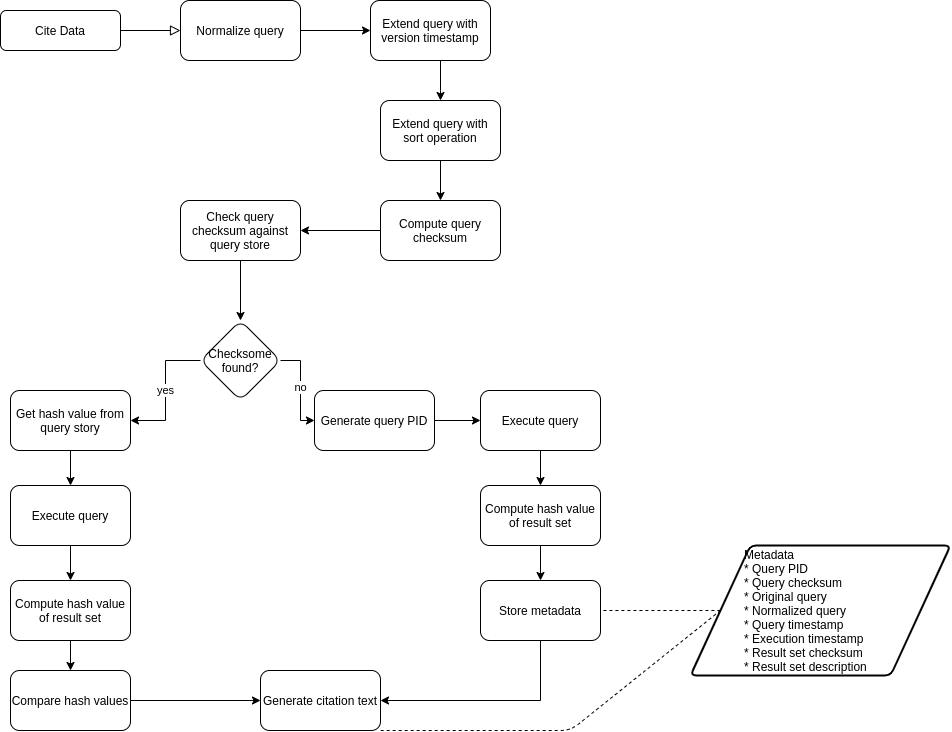
Above: figures/figure 5.png in GreenfishK/DataCitation (draw.io), before the change. Source tidied: cells renumbered, new cells last; positions are measured from the earlier drawing's top-left corner, leaving out a move shared by most shapes.
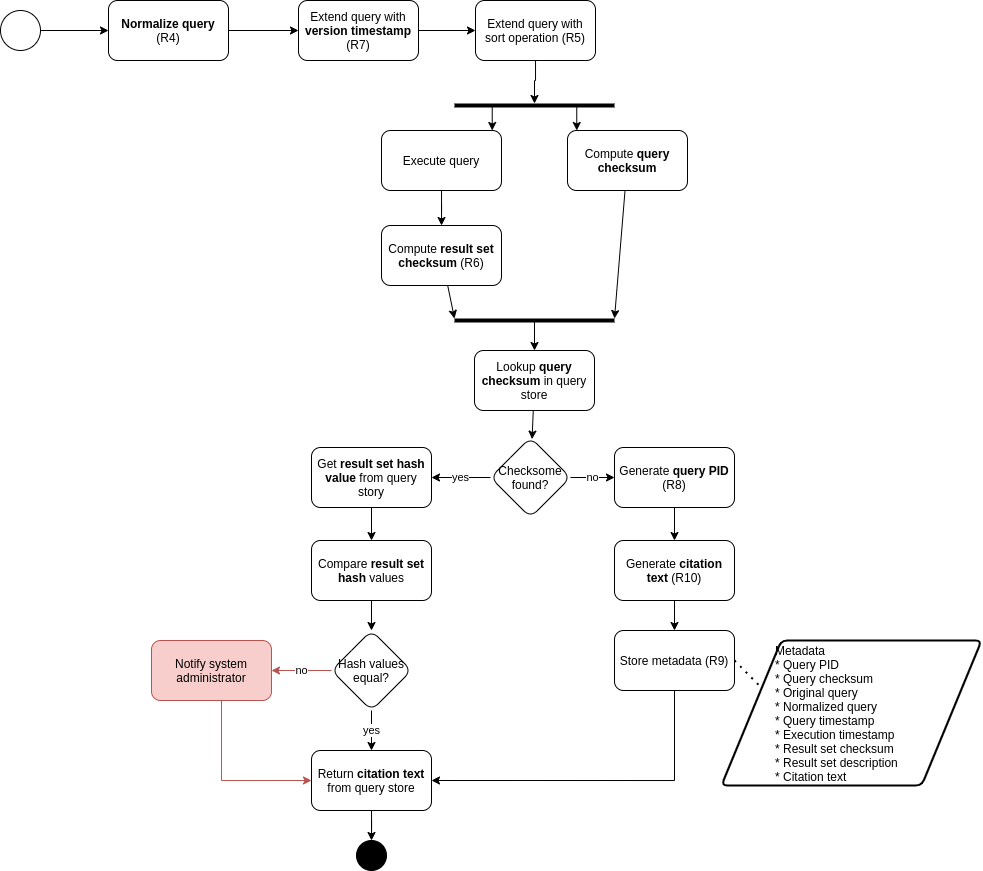
Later version of the same file.

Commit message:
Updated flow chart and description of citation process

What changed in the source:
```diff
@@ -2,47 +2,30 @@
   <root>
     <mxCell id="0" />
     <mxCell id="1" parent="0" />
-    <mxCell id="2" style="rounded=0;html=1;jettySize=auto;fontSize=11;endArrow=block;endFill=0;endSize=8;strokeWidth=1;shadow=0;labelBackgroundColor=none;edgeStyle=orthogonalEdgeStyle;" parent="1" edge="1" source="3" target="5">
-      <mxGeometry relative="1" as="geometry" />
-    </mxCell>
-    <mxCell id="3" value="Cite Data" style="rounded=1;whiteSpace=wrap;html=1;fontSize=12;glass=0;strokeWidth=1;shadow=0;" parent="1" vertex="1">
-      <mxGeometry y="10" width="120" height="40" as="geometry" />
-    </mxCell>
     <mxCell id="4" style="edgeStyle=orthogonalEdgeStyle;rounded=0;jettySize=auto;html=1;" parent="1" edge="1" source="5" target="7">
       <mxGeometry relative="1" as="geometry" />
     </mxCell>
-    <mxCell id="5" value="Normalize query" style="rounded=1;whiteSpace=wrap;html=1;" parent="1" vertex="1">
-      <mxGeometry x="180" width="120" height="60" as="geometry" />
+    <mxCell id="5" value="&lt;b&gt;Normalize query&lt;/b&gt; (R4)" style="rounded=1;whiteSpace=wrap;html=1;" parent="1" vertex="1">
+      <mxGeometry x="87" width="120" height="60" as="geometry" />
     </mxCell>
     <mxCell id="6" style="edgeStyle=orthogonalEdgeStyle;rounded=0;jettySize=auto;html=1;" parent="1" edge="1" source="7" target="9">
-      <mxGeometry relative="1" as="geometry">
-        <Array as="points">
-          <mxPoint x="440" y="90" />
-          <mxPoint x="440" y="90" />
-        </Array>
-      </mxGeometry>
+      <mxGeometry relative="1" as="geometry" />
     </mxCell>
-    <mxCell id="7" value="Extend query with version timestamp" style="whiteSpace=wrap;html=1;rounded=1;" parent="1" vertex="1">
-      <mxGeometry x="370" width="120" height="60" as="geometry" />
+    <mxCell id="7" value="Extend query with &lt;b&gt;version timestamp&lt;/b&gt; (R7)" style="whiteSpace=wrap;html=1;rounded=1;" parent="1" vertex="1">
+      <mxGeometry x="277" width="120" height="60" as="geometry" />
     </mxCell>
-    <mxCell id="8" style="edgeStyle=orthogonalEdgeStyle;rounded=0;jettySize=auto;html=1;" parent="1" edge="1" source="9" target="11">
-      <mxGeometry relative="1" as="geometry" />
-    </mxCell>
+    <mxCell id="37" style="edgeStyle=orthogonalEdgeStyle;rounded=0;jettySize=auto;html=1;" parent="1" edge="1" source="9" target="49">
+      <mxGeometry relative="1" as="geometry" />
+    </mxCell>
-    <mxCell id="9" value="Extend query with sort operation" style="whiteSpace=wrap;html=1;rounded=1;" parent="1" vertex="1">
-      <mxGeometry x="380" y="100" width="120" height="60" as="geometry" />
+    <mxCell id="9" value="Extend query with sort operation (R5)" style="whiteSpace=wrap;html=1;rounded=1;" parent="1" vertex="1">
+      <mxGeometry x="454" width="120" height="60" as="geometry" />
     </mxCell>
-    <mxCell id="10" style="edgeStyle=orthogonalEdgeStyle;rounded=0;jettySize=auto;html=1;" parent="1" edge="1" source="11" target="13">
+    <mxCell id="10" style="rounded=0;jettySize=auto;html=1;" parent="1" edge="1" source="11" target="51">
       <mxGeometry relative="1" as="geometry" />
     </mxCell>
-    <mxCell id="11" value="Compute query checksum" style="whiteSpace=wrap;html=1;rounded=1;" parent="1" vertex="1">
-      <mxGeometry x="380" y="200" width="120" height="60" as="geometry" />
+    <mxCell id="11" value="Compute &lt;b&gt;query checksum&lt;/b&gt;" style="whiteSpace=wrap;html=1;rounded=1;" parent="1" vertex="1">
+      <mxGeometry x="546" y="130" width="120" height="60" as="geometry" />
     </mxCell>
-    <mxCell id="12" style="edgeStyle=orthogonalEdgeStyle;rounded=0;jettySize=auto;html=1;" parent="1" edge="1" source="13" target="16">
-      <mxGeometry relative="1" as="geometry" />
-    </mxCell>
-    <mxCell id="13" value="Check query checksum against query store" style="whiteSpace=wrap;html=1;rounded=1;rotation=0;" parent="1" vertex="1">
-      <mxGeometry x="180" y="200" width="120" height="60" as="geometry" />
-    </mxCell>
     <mxCell id="14" value="yes" style="edgeStyle=orthogonalEdgeStyle;rounded=0;jettySize=auto;html=1;" parent="1" edge="1" source="16" target="18">
       <mxGeometry relative="1" as="geometry" />
     </mxCell>
@@ -50,71 +33,114 @@
       <mxGeometry relative="1" as="geometry" />
     </mxCell>
     <mxCell id="16" value="Checksome found?" style="rhombus;whiteSpace=wrap;html=1;rounded=1;" parent="1" vertex="1">
-      <mxGeometry x="200" y="320" width="80" height="80" as="geometry" />
+      <mxGeometry x="469" y="437" width="80" height="80" as="geometry" />
     </mxCell>
-    <mxCell id="17" style="edgeStyle=orthogonalEdgeStyle;rounded=0;jettySize=auto;html=1;" parent="1" edge="1" source="18" target="31">
-      <mxGeometry relative="1" as="geometry" />
-    </mxCell>
+    <mxCell id="38" style="edgeStyle=none;rounded=0;jettySize=auto;html=1;" parent="1" edge="1" source="18" target="35">
+      <mxGeometry relative="1" as="geometry" />
+    </mxCell>
-    <mxCell id="18" value="Get hash value from query story" style="whiteSpace=wrap;html=1;rounded=1;" parent="1" vertex="1">
-      <mxGeometry x="10" y="390" width="120" height="60" as="geometry" />
+    <mxCell id="18" value="Get &lt;b&gt;result set hash value&lt;/b&gt; from query story" style="whiteSpace=wrap;html=1;rounded=1;" parent="1" vertex="1">
+      <mxGeometry x="290" y="447" width="120" height="60" as="geometry" />
     </mxCell>
-    <mxCell id="19" style="edgeStyle=orthogonalEdgeStyle;rounded=0;jettySize=auto;html=1;" parent="1" edge="1" source="20" target="23">
-      <mxGeometry relative="1" as="geometry" />
-    </mxCell>
+    <mxCell id="39" style="edgeStyle=none;rounded=0;jettySize=auto;html=1;" parent="1" edge="1" source="20" target="21">
+      <mxGeometry relative="1" as="geometry" />
+    </mxCell>
-    <mxCell id="20" value="Generate query PID" style="whiteSpace=wrap;html=1;rounded=1;" parent="1" vertex="1">
-      <mxGeometry x="314" y="390" width="120" height="60" as="geometry" />
+    <mxCell id="20" value="Generate &lt;b&gt;query PID&lt;/b&gt; (R8)" style="whiteSpace=wrap;html=1;rounded=1;" parent="1" vertex="1">
+      <mxGeometry x="593" y="447" width="120" height="60" as="geometry" />
     </mxCell>
+    <mxCell id="40" style="edgeStyle=none;rounded=0;jettySize=auto;html=1;" parent="1" edge="1" source="21" target="27">
+      <mxGeometry relative="1" as="geometry" />
+    </mxCell>
-    <mxCell id="21" value="Generate citation text" style="whiteSpace=wrap;html=1;rounded=1;" parent="1" vertex="1">
-      <mxGeometry x="260" y="670" width="120" height="60" as="geometry" />
+    <mxCell id="21" value="Generate &lt;b&gt;citation text &lt;/b&gt;(R10)" style="whiteSpace=wrap;html=1;rounded=1;" parent="1" vertex="1">
+      <mxGeometry x="593" y="540" width="120" height="60" as="geometry" />
     </mxCell>
-    <mxCell id="22" style="edgeStyle=orthogonalEdgeStyle;rounded=0;jettySize=auto;html=1;" parent="1" edge="1" source="23" target="25">
-      <mxGeometry relative="1" as="geometry" />
-    </mxCell>
-    <mxCell id="23" value="Execute query" style="whiteSpace=wrap;html=1;rounded=1;" parent="1" vertex="1">
-      <mxGeometry x="480" y="390" width="120" height="60" as="geometry" />
-    </mxCell>
-    <mxCell id="24" style="edgeStyle=orthogonalEdgeStyle;rounded=0;jettySize=auto;html=1;" parent="1" edge="1" source="25" target="27">
-      <mxGeometry relative="1" as="geometry" />
-    </mxCell>
-    <mxCell id="25" value="Compute hash value of result set" style="whiteSpace=wrap;html=1;rounded=1;" parent="1" vertex="1">
-      <mxGeometry x="480" y="485" width="120" height="60" as="geometry" />
-    </mxCell>
-    <mxCell id="26" style="edgeStyle=orthogonalEdgeStyle;rounded=0;jettySize=auto;html=1;entryX=1;entryY=0.5;entryDx=0;entryDy=0;exitX=0.5;exitY=1;exitDx=0;exitDy=0;" parent="1" edge="1" source="27" target="21">
-      <mxGeometry relative="1" as="geometry" />
-    </mxCell>
+    <mxCell id="41" style="edgeStyle=orthogonalEdgeStyle;rounded=0;jettySize=auto;html=1;entryX=1;entryY=0.5;entryDx=0;entryDy=0;" parent="1" edge="1" source="27" target="60">
+      <mxGeometry relative="1" as="geometry">
+        <Array as="points">
+          <mxPoint x="653" y="780" />
+        </Array>
+      </mxGeometry>
+    </mxCell>
-    <mxCell id="27" value="Store metadata" style="whiteSpace=wrap;html=1;rounded=1;" parent="1" vertex="1">
-      <mxGeometry x="480" y="580" width="120" height="60" as="geometry" />
+    <mxCell id="27" value="Store metadata (R9)" style="whiteSpace=wrap;html=1;rounded=1;" parent="1" vertex="1">
+      <mxGeometry x="593" y="630" width="120" height="60" as="geometry" />
     </mxCell>
-    <mxCell id="28" value="Metadata&lt;br&gt;* Query PID&lt;br&gt;* Query checksum&lt;br&gt;* Original query&lt;br&gt;* Normalized query&lt;br&gt;* Query timestamp&lt;br&gt;* Execution timestamp&lt;br&gt;* Result set checksum&lt;br&gt;* Result set description&amp;nbsp;" style="shape=parallelogram;html=1;strokeWidth=2;perimeter=parallelogramPerimeter;whiteSpace=wrap;rounded=1;arcSize=12;size=0.23;align=left;spacingLeft=52;" parent="1" vertex="1">
-      <mxGeometry x="690" y="545" width="260" height="130" as="geometry" />
+    <mxCell id="28" value="&lt;blockquote style=&quot;margin: 0 0 0 40px ; border: none ; padding: 0px&quot;&gt;&lt;/blockquote&gt;&lt;span&gt;Metadata&lt;/span&gt;&lt;br&gt;&lt;blockquote style=&quot;margin: 0 0 0 40px ; border: none ; padding: 0px&quot;&gt;&lt;/blockquote&gt;&lt;span&gt;* Query PID&lt;/span&gt;&lt;br&gt;&lt;blockquote style=&quot;margin: 0 0 0 40px ; border: none ; padding: 0px&quot;&gt;&lt;/blockquote&gt;&lt;span&gt;* Query checksum&lt;/span&gt;&lt;br&gt;&lt;blockquote style=&quot;margin: 0 0 0 40px ; border: none ; padding: 0px&quot;&gt;&lt;/blockquote&gt;&lt;span&gt;* Original query&lt;/span&gt;&lt;br&gt;&lt;blockquote style=&quot;margin: 0 0 0 40px ; border: none ; padding: 0px&quot;&gt;&lt;/blockquote&gt;&lt;span&gt;* Normalized query&lt;/span&gt;&lt;br&gt;&lt;blockquote style=&quot;margin: 0 0 0 40px ; border: none ; padding: 0px&quot;&gt;&lt;/blockquote&gt;&lt;span&gt;* Query timestamp&lt;/span&gt;&lt;br&gt;&lt;blockquote style=&quot;margin: 0 0 0 40px ; border: none ; padding: 0px&quot;&gt;&lt;/blockquote&gt;&lt;span&gt;* Execution timestamp&lt;/span&gt;&lt;br&gt;&lt;blockquote style=&quot;margin: 0 0 0 40px ; border: none ; padding: 0px&quot;&gt;&lt;/blockquote&gt;&lt;span&gt;* Result set checksum&lt;/span&gt;&lt;br&gt;&lt;blockquote style=&quot;margin: 0 0 0 40px ; border: none ; padding: 0px&quot;&gt;&lt;/blockquote&gt;&lt;span&gt;* Result set description&lt;/span&gt;&lt;br&gt;* Citation text&amp;nbsp;" style="shape=parallelogram;html=1;strokeWidth=2;perimeter=parallelogramPerimeter;whiteSpace=wrap;rounded=1;arcSize=12;size=0.23;align=left;spacingLeft=52;" parent="1" vertex="1">
+      <mxGeometry x="700" y="640" width="260" height="145" as="geometry" />
     </mxCell>
-    <mxCell id="29" style="endArrow=none;dashed=1;html=1;exitX=0;exitY=0.5;exitDx=0;exitDy=0;entryX=1;entryY=0.5;entryDx=0;entryDy=0;" parent="1" edge="1" source="28" target="27">
-      <mxGeometry relative="1" as="geometry" />
-    </mxCell>
-    <mxCell id="30" style="edgeStyle=orthogonalEdgeStyle;rounded=0;jettySize=auto;html=1;" parent="1" edge="1" source="31" target="33">
-      <mxGeometry relative="1" as="geometry" />
-    </mxCell>
-    <mxCell id="31" value="Execute query" style="whiteSpace=wrap;html=1;rounded=1;" parent="1" vertex="1">
-      <mxGeometry x="10" y="485" width="120" height="60" as="geometry" />
-    </mxCell>
-    <mxCell id="32" style="edgeStyle=orthogonalEdgeStyle;rounded=0;jettySize=auto;html=1;" parent="1" edge="1" source="33" target="35">
-      <mxGeometry relative="1" as="geometry" />
-    </mxCell>
-    <mxCell id="33" value="Compute hash value of result set" style="whiteSpace=wrap;html=1;rounded=1;" parent="1" vertex="1">
-      <mxGeometry x="10" y="580" width="120" height="60" as="geometry" />
-    </mxCell>
-    <mxCell id="34" style="edgeStyle=orthogonalEdgeStyle;rounded=0;jettySize=auto;html=1;" parent="1" edge="1" source="35" target="21">
-      <mxGeometry relative="1" as="geometry" />
-    </mxCell>
+    <mxCell id="42" style="edgeStyle=none;rounded=0;jettySize=auto;html=1;" parent="1" edge="1" source="35" target="58">
+      <mxGeometry relative="1" as="geometry" />
+    </mxCell>
-    <mxCell id="35" value="Compare hash values" style="whiteSpace=wrap;html=1;rounded=1;" parent="1" vertex="1">
-      <mxGeometry x="10" y="670" width="120" height="60" as="geometry" />
+    <mxCell id="35" value="Compare &lt;b&gt;result set hash&lt;/b&gt; values" style="whiteSpace=wrap;html=1;rounded=1;" parent="1" vertex="1">
+      <mxGeometry x="290" y="540" width="120" height="60" as="geometry" />
     </mxCell>
-    <mxCell id="36" style="endArrow=none;dashed=1;html=1;exitX=0;exitY=0.5;exitDx=0;exitDy=0;entryX=1;entryY=1;entryDx=0;entryDy=0;" parent="1" edge="1" source="28" target="21">
-      <mxGeometry relative="1" as="geometry">
-        <Array as="points">
-          <mxPoint x="570" y="730" />
-        </Array>
-      </mxGeometry>
-    </mxCell>
+    <mxCell id="43" style="edgeStyle=orthogonalEdgeStyle;rounded=0;jettySize=auto;html=1;" parent="1" edge="1" source="44" target="46">
+      <mxGeometry relative="1" as="geometry" />
+    </mxCell>
+    <mxCell id="44" value="Execute query" style="whiteSpace=wrap;html=1;rounded=1;" parent="1" vertex="1">
+      <mxGeometry x="360" y="130" width="120" height="60" as="geometry" />
+    </mxCell>
+    <mxCell id="45" style="rounded=0;jettySize=auto;html=1;" parent="1" edge="1" source="46" target="51">
+      <mxGeometry relative="1" as="geometry" />
+    </mxCell>
+    <mxCell id="46" value="Compute &lt;b&gt;result set checksum&lt;/b&gt; (R6)" style="whiteSpace=wrap;html=1;rounded=1;" parent="1" vertex="1">
+      <mxGeometry x="360" y="225" width="120" height="60" as="geometry" />
+    </mxCell>
+    <mxCell id="47" style="rounded=0;jettySize=auto;html=1;" parent="1" edge="1" source="49" target="44">
+      <mxGeometry relative="1" as="geometry" />
+    </mxCell>
+    <mxCell id="48" style="rounded=0;jettySize=auto;html=1;" parent="1" edge="1" source="49" target="11">
+      <mxGeometry relative="1" as="geometry" />
+    </mxCell>
+    <mxCell id="49" style="line;strokeWidth=4;html=1;perimeter=backbonePerimeter;points=[];outlineConnect=0;" parent="1" vertex="1">
+      <mxGeometry x="433" y="100" width="160" height="10" as="geometry" />
+    </mxCell>
+    <mxCell id="50" style="edgeStyle=none;rounded=0;jettySize=auto;html=1;" parent="1" edge="1" source="51" target="53">
+      <mxGeometry relative="1" as="geometry" />
+    </mxCell>
+    <mxCell id="51" style="line;strokeWidth=4;html=1;perimeter=backbonePerimeter;points=[];outlineConnect=0;" parent="1" vertex="1">
+      <mxGeometry x="433" y="315" width="160" height="10" as="geometry" />
+    </mxCell>
+    <mxCell id="52" style="edgeStyle=none;rounded=0;jettySize=auto;html=1;" parent="1" edge="1" source="53" target="16">
+      <mxGeometry relative="1" as="geometry" />
+    </mxCell>
+    <mxCell id="53" value="Lookup &lt;b&gt;query checksum&lt;/b&gt; in query store" style="whiteSpace=wrap;html=1;rounded=1;rotation=0;" parent="1" vertex="1">
+      <mxGeometry x="453" y="350" width="120" height="60" as="geometry" />
+    </mxCell>
+    <mxCell id="54" style="edgeStyle=orthogonalEdgeStyle;rounded=0;jettySize=auto;html=1;entryX=0;entryY=0.5;entryDx=0;entryDy=0;" parent="1" edge="1" source="55" target="5">
+      <mxGeometry relative="1" as="geometry" />
+    </mxCell>
+    <mxCell id="55" style="ellipse;whiteSpace=wrap;html=1;" parent="1" vertex="1">
+      <mxGeometry x="-21" y="10" width="40" height="40" as="geometry" />
+    </mxCell>
+    <mxCell id="56" value="yes" style="edgeStyle=none;rounded=0;jettySize=auto;html=1;" parent="1" edge="1" source="58" target="60">
+      <mxGeometry relative="1" as="geometry" />
+    </mxCell>
+    <mxCell id="57" value="no" style="edgeStyle=orthogonalEdgeStyle;rounded=0;jettySize=auto;html=1;fillColor=#f8cecc;strokeColor=#b85450;" parent="1" edge="1" source="58" target="63">
+      <mxGeometry relative="1" as="geometry" />
+    </mxCell>
+    <mxCell id="58" value="Hash values equal?" style="rhombus;whiteSpace=wrap;html=1;rounded=1;" parent="1" vertex="1">
+      <mxGeometry x="310" y="630" width="80" height="80" as="geometry" />
+    </mxCell>
+    <mxCell id="59" style="edgeStyle=orthogonalEdgeStyle;rounded=0;jettySize=auto;html=1;" parent="1" edge="1" source="60" target="61">
+      <mxGeometry relative="1" as="geometry" />
+    </mxCell>
+    <mxCell id="60" value="Return &lt;b&gt;citation text&lt;/b&gt; from query store" style="whiteSpace=wrap;html=1;rounded=1;" parent="1" vertex="1">
+      <mxGeometry x="290" y="750" width="120" height="60" as="geometry" />
+    </mxCell>
+    <mxCell id="61" style="ellipse;whiteSpace=wrap;html=1;rounded=1;fillColor=#000000;" parent="1" vertex="1">
+      <mxGeometry x="335" y="840" width="30" height="30" as="geometry" />
+    </mxCell>
+    <mxCell id="62" style="edgeStyle=orthogonalEdgeStyle;rounded=0;jettySize=auto;html=1;entryX=0;entryY=0.5;entryDx=0;entryDy=0;fillColor=#f8cecc;strokeColor=#b85450;" parent="1" edge="1" source="63" target="60">
+      <mxGeometry relative="1" as="geometry">
+        <Array as="points">
+          <mxPoint x="200" y="780" />
+        </Array>
+      </mxGeometry>
+    </mxCell>
+    <mxCell id="63" value="Notify system administrator" style="whiteSpace=wrap;html=1;rounded=1;fillColor=#f8cecc;strokeColor=#b85450;" parent="1" vertex="1">
+      <mxGeometry x="130" y="640" width="120" height="60" as="geometry" />
+    </mxCell>
+    <mxCell id="64" style="endArrow=none;dashed=1;html=1;dashPattern=1 3;strokeWidth=2;exitX=1;exitY=0.5;exitDx=0;exitDy=0;entryX=0;entryY=0.25;entryDx=0;entryDy=0;" parent="1" edge="1" source="27" target="28">
+      <mxGeometry relative="1" as="geometry" />
+    </mxCell>
   </root>
 </mxGraphModel>
```
